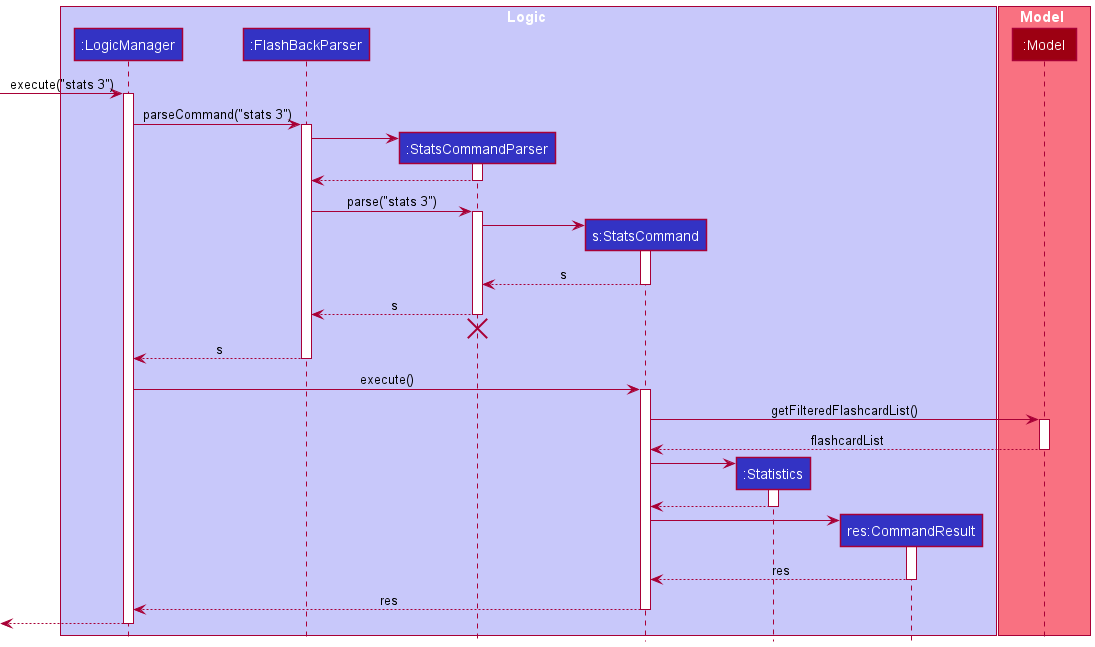
Above: docs/images/StatsSequenceDiagram.png in nus-cs2103-AY2021S2/tp (PlantUML), before the change.
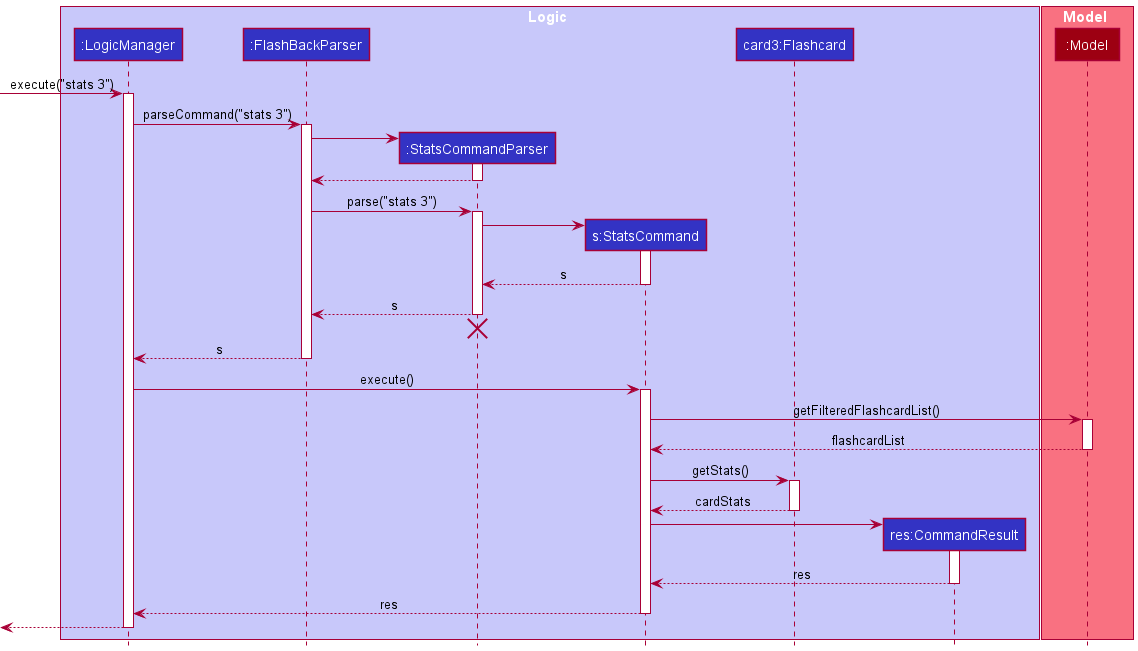
Later version of the same file.

Diff of the diagram source:
```diff
@@ -6,7 +6,7 @@
 participant ":FlashBackParser" as FlashBackParser LOGIC_COLOR
 participant ":StatsCommandParser" as StatsCommandParser LOGIC_COLOR
 participant "s:StatsCommand" as StatsCommand LOGIC_COLOR
-participant ":Statistics" as Statistics LOGIC_COLOR
+participant "card3:Flashcard" as Flashcard LOGIC_COLOR
 participant "res:CommandResult" as CommandResult LOGIC_COLOR
 end box
 
@@ -54,12 +54,11 @@
 Model --> StatsCommand : flashcardList
 deactivate Model
 
-create Statistics
-StatsCommand -> Statistics
-activate Statistics
+StatsCommand -> Flashcard : getStats()
+activate Flashcard
 
-Statistics --> StatsCommand
-deactivate Statistics
+Flashcard --> StatsCommand : cardStats
+deactivate Flashcard
 
 create CommandResult
 StatsCommand -> CommandResult
```
